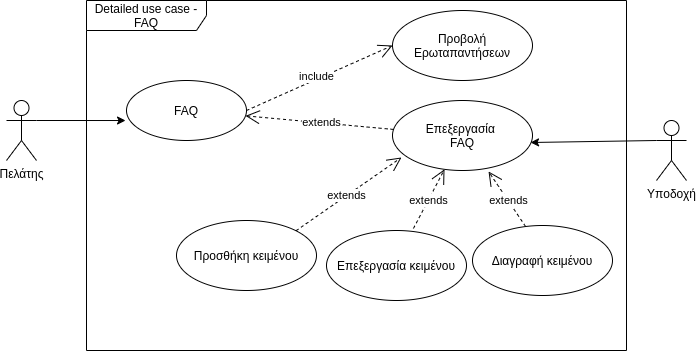
AlexanderStavrop/Requirement-Analysis-and-Systems-Design-using-UML keeps this draw.io diagram as Κυρίως Αναφορά/Images/Low_level_use_case-FAQ.png. Above is the earlier version. Source tidied: cells renumbered, new cells last; positions are measured from the earlier drawing's top-left corner, leaving out a move shared by most shapes. Its diagram source:
```xml
<mxGraphModel>
  <root>
    <mxCell id="0" />
    <mxCell id="1" parent="0" />
    <mxCell id="2" value="Πελάτης" style="shape=umlActor;verticalLabelPosition=bottom;verticalAlign=top;html=1;outlineConnect=0;" parent="1" vertex="1">
      <mxGeometry y="100" width="30" height="60" as="geometry" />
    </mxCell>
    <mxCell id="3" value="Υποδοχή" style="shape=umlActor;verticalLabelPosition=bottom;verticalAlign=top;html=1;outlineConnect=0;" parent="1" vertex="1">
      <mxGeometry x="650" y="120" width="30" height="60" as="geometry" />
    </mxCell>
    <mxCell id="4" value="FAQ" style="ellipse;whiteSpace=wrap;html=1;" parent="1" vertex="1">
      <mxGeometry x="120" y="80" width="120" height="60" as="geometry" />
    </mxCell>
    <mxCell id="5" value="Επεξεργασία&amp;nbsp;&lt;br&gt;FAQ" style="ellipse;whiteSpace=wrap;html=1;" parent="1" vertex="1">
      <mxGeometry x="386" y="100" width="140" height="70" as="geometry" />
    </mxCell>
    <mxCell id="6" style="endArrow=classic;html=1;rounded=0;exitX=1;exitY=0.3333333333333333;exitDx=0;exitDy=0;exitPerimeter=0;entryX=-0.008;entryY=0.667;entryDx=0;entryDy=0;entryPerimeter=0;" parent="1" edge="1" source="2" target="4">
      <mxGeometry relative="1" as="geometry" />
    </mxCell>
    <mxCell id="7" value="Προβολή Ερωταπαντήσεων" style="ellipse;whiteSpace=wrap;html=1;" parent="1" vertex="1">
      <mxGeometry x="386" y="10" width="140" height="70" as="geometry" />
    </mxCell>
    <mxCell id="8" value="include" style="endArrow=open;endSize=12;dashed=1;html=1;rounded=0;exitX=1;exitY=0.5;exitDx=0;exitDy=0;entryX=0;entryY=0.5;entryDx=0;entryDy=0;" parent="1" edge="1" source="4" target="7">
      <mxGeometry x="-0.02" y="3" relative="1" as="geometry" />
    </mxCell>
    <mxCell id="9" value="extends" style="endArrow=open;endSize=12;dashed=1;html=1;rounded=0;" parent="1" edge="1" source="5" target="4">
      <mxGeometry x="-0.03" relative="1" as="geometry" />
    </mxCell>
    <mxCell id="10" style="endArrow=classic;html=1;rounded=0;exitX=0;exitY=0.3333333333333333;exitDx=0;exitDy=0;exitPerimeter=0;entryX=0.986;entryY=0.6;entryDx=0;entryDy=0;entryPerimeter=0;" parent="1" edge="1" source="3" target="5">
      <mxGeometry relative="1" as="geometry" />
    </mxCell>
    <mxCell id="11" value="Detailed use case - FAQ" style="shape=umlFrame;whiteSpace=wrap;html=1;width=120;height=30;" parent="1" vertex="1">
      <mxGeometry x="80" width="540" height="350" as="geometry" />
    </mxCell>
    <mxCell id="12" value="extends" style="endArrow=open;endSize=12;dashed=1;html=1;rounded=0;exitX=0.621;exitY=-0.029;exitDx=0;exitDy=0;exitPerimeter=0;" parent="1" edge="1" source="15" target="5">
      <mxGeometry x="-0.03" relative="1" as="geometry" />
    </mxCell>
    <mxCell id="13" value="extends" style="endArrow=open;endSize=12;dashed=1;html=1;rounded=0;exitX=0.379;exitY=0.014;exitDx=0;exitDy=0;exitPerimeter=0;entryX=0.686;entryY=1.014;entryDx=0;entryDy=0;entryPerimeter=0;" parent="1" edge="1" source="16" target="5">
      <mxGeometry x="-0.09" relative="1" as="geometry">
        <mxPoint y="-1" as="offset" />
      </mxGeometry>
    </mxCell>
    <mxCell id="14" value="extends" style="endArrow=open;endSize=12;dashed=1;html=1;rounded=0;exitX=1;exitY=0;exitDx=0;exitDy=0;entryX=0.064;entryY=0.814;entryDx=0;entryDy=0;entryPerimeter=0;" parent="1" edge="1" source="17" target="5">
      <mxGeometry x="-0.03" relative="1" as="geometry" />
    </mxCell>
    <mxCell id="15" value="Επεξεργασία κειμένου" style="ellipse;whiteSpace=wrap;html=1;" parent="1" vertex="1">
      <mxGeometry x="320" y="230" width="140" height="70" as="geometry" />
    </mxCell>
    <mxCell id="16" value="Διαγραφή κειμένου" style="ellipse;whiteSpace=wrap;html=1;" parent="1" vertex="1">
      <mxGeometry x="466" y="225" width="140" height="70" as="geometry" />
    </mxCell>
    <mxCell id="17" value="Προσθήκη κειμένου" style="ellipse;whiteSpace=wrap;html=1;" parent="1" vertex="1">
      <mxGeometry x="170" y="220" width="140" height="70" as="geometry" />
    </mxCell>
  </root>
</mxGraphModel>
```
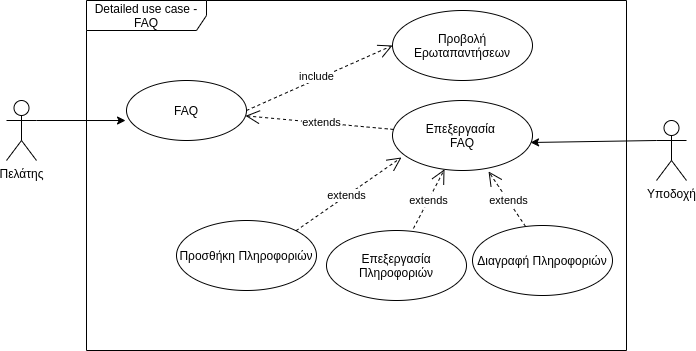
After the commit.

The edit, as a diff of the source:
```diff
@@ -43,13 +43,13 @@
     <mxCell id="14" value="extends" style="endArrow=open;endSize=12;dashed=1;html=1;rounded=0;exitX=1;exitY=0;exitDx=0;exitDy=0;entryX=0.064;entryY=0.814;entryDx=0;entryDy=0;entryPerimeter=0;" parent="1" edge="1" source="17" target="5">
       <mxGeometry x="-0.03" relative="1" as="geometry" />
     </mxCell>
-    <mxCell id="15" value="Επεξεργασία κειμένου" style="ellipse;whiteSpace=wrap;html=1;" parent="1" vertex="1">
+    <mxCell id="15" value="Επεξεργασία Πληροφοριών" style="ellipse;whiteSpace=wrap;html=1;" parent="1" vertex="1">
       <mxGeometry x="320" y="230" width="140" height="70" as="geometry" />
     </mxCell>
-    <mxCell id="16" value="Διαγραφή κειμένου" style="ellipse;whiteSpace=wrap;html=1;" parent="1" vertex="1">
+    <mxCell id="16" value="Διαγραφή Πληροφοριών" style="ellipse;whiteSpace=wrap;html=1;" parent="1" vertex="1">
       <mxGeometry x="466" y="225" width="140" height="70" as="geometry" />
     </mxCell>
-    <mxCell id="17" value="Προσθήκη κειμένου" style="ellipse;whiteSpace=wrap;html=1;" parent="1" vertex="1">
+    <mxCell id="17" value="Προσθήκη Πληροφοριών" style="ellipse;whiteSpace=wrap;html=1;" parent="1" vertex="1">
       <mxGeometry x="170" y="220" width="140" height="70" as="geometry" />
     </mxCell>
   </root>
```
